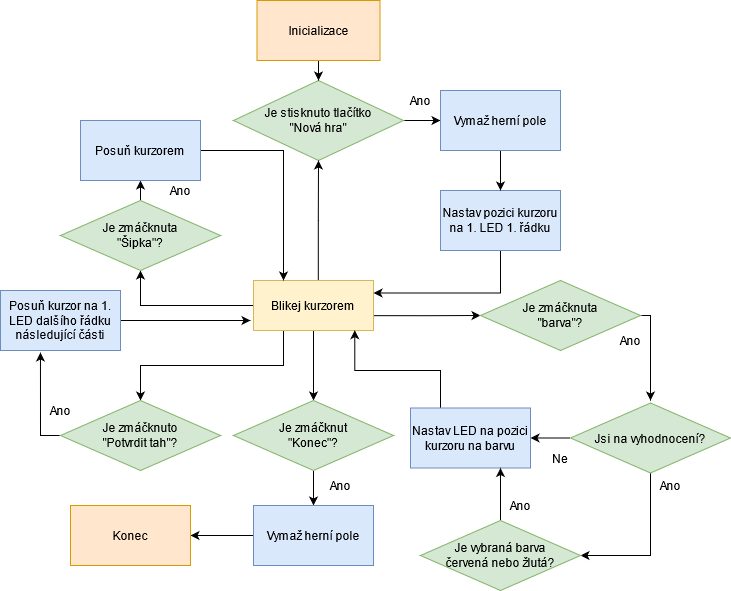
Above: text/obrazky/vyvojovy_diagram_2_hraci.png in renata7zemanova/Logic (draw.io), before the change. Source tidied: cells renumbered, new cells last; positions are measured from the earlier drawing's top-left corner, leaving out a move shared by most shapes. Source of this version:
```xml
<mxGraphModel>
  <root>
    <mxCell id="0" />
    <mxCell id="1" parent="0" />
    <mxCell id="2" style="edgeStyle=orthogonalEdgeStyle;rounded=0;jettySize=auto;html=1;exitX=1;exitY=0.5;exitDx=0;exitDy=0;entryX=0;entryY=0.5;entryDx=0;entryDy=0;" parent="1" edge="1" source="3" target="19">
      <mxGeometry relative="1" as="geometry" />
    </mxCell>
    <mxCell id="3" value="&lt;div&gt;Je stisknuto tlačítko &lt;br&gt;&lt;/div&gt;&lt;div&gt;&quot;Nová hra&quot;&lt;/div&gt;" style="rhombus;whiteSpace=wrap;html=1;fillColor=#d5e8d4;strokeColor=#82b366;" parent="1" vertex="1">
      <mxGeometry x="233" y="80" width="170" height="80" as="geometry" />
    </mxCell>
    <mxCell id="4" style="edgeStyle=orthogonalEdgeStyle;rounded=0;jettySize=auto;html=1;exitX=0.54;exitY=0.024;exitDx=0;exitDy=0;entryX=0.5;entryY=1;entryDx=0;entryDy=0;exitPerimeter=0;" parent="1" edge="1" source="9" target="3">
      <mxGeometry relative="1" as="geometry" />
    </mxCell>
    <mxCell id="5" style="edgeStyle=orthogonalEdgeStyle;rounded=0;jettySize=auto;html=1;entryX=0.5;entryY=0;entryDx=0;entryDy=0;" parent="1" edge="1" source="9" target="17">
      <mxGeometry relative="1" as="geometry" />
    </mxCell>
    <mxCell id="6" style="edgeStyle=orthogonalEdgeStyle;rounded=0;jettySize=auto;html=1;exitX=0.25;exitY=1;exitDx=0;exitDy=0;entryX=0.5;entryY=0;entryDx=0;entryDy=0;" parent="1" edge="1" source="9" target="27">
      <mxGeometry relative="1" as="geometry" />
    </mxCell>
    <mxCell id="7" style="edgeStyle=orthogonalEdgeStyle;rounded=0;jettySize=auto;html=1;exitX=0.997;exitY=0.703;exitDx=0;exitDy=0;entryX=0;entryY=0.5;entryDx=0;entryDy=0;exitPerimeter=0;" parent="1" edge="1" source="9" target="15">
      <mxGeometry relative="1" as="geometry" />
    </mxCell>
    <mxCell id="8" style="edgeStyle=orthogonalEdgeStyle;rounded=0;jettySize=auto;html=1;exitX=0;exitY=0.5;exitDx=0;exitDy=0;" parent="1" edge="1" source="9" target="13">
      <mxGeometry relative="1" as="geometry" />
    </mxCell>
    <mxCell id="9" value="Blikej kurzorem" style="rounded=0;whiteSpace=wrap;html=1;fillColor=#fff2cc;strokeColor=#d6b656;" parent="1" vertex="1">
      <mxGeometry x="253" y="280" width="120" height="50" as="geometry" />
    </mxCell>
    <mxCell id="10" style="edgeStyle=orthogonalEdgeStyle;rounded=0;jettySize=auto;html=1;exitX=0.5;exitY=1;exitDx=0;exitDy=0;entryX=1;entryY=0.25;entryDx=0;entryDy=0;" parent="1" edge="1" source="11" target="9">
      <mxGeometry relative="1" as="geometry" />
    </mxCell>
    <mxCell id="11" value="Nastav pozici kurzoru na 1. LED 1. řádku" style="rounded=0;whiteSpace=wrap;html=1;fillColor=#dae8fc;strokeColor=#6c8ebf;" parent="1" vertex="1">
      <mxGeometry x="440" y="190" width="120" height="60" as="geometry" />
    </mxCell>
    <mxCell id="12" style="edgeStyle=orthogonalEdgeStyle;rounded=0;jettySize=auto;html=1;exitX=0.5;exitY=0;exitDx=0;exitDy=0;entryX=0.5;entryY=1;entryDx=0;entryDy=0;" parent="1" edge="1" source="13" target="22">
      <mxGeometry relative="1" as="geometry" />
    </mxCell>
    <mxCell id="13" value="&lt;div&gt;Je zmáčknuta &lt;br&gt;&lt;/div&gt;&lt;div&gt;&quot;Šipka&quot;?&lt;/div&gt;" style="rhombus;whiteSpace=wrap;html=1;fillColor=#d5e8d4;strokeColor=#82b366;" parent="1" vertex="1">
      <mxGeometry x="60" y="200" width="160" height="70" as="geometry" />
    </mxCell>
    <mxCell id="14" style="edgeStyle=orthogonalEdgeStyle;rounded=0;jettySize=auto;html=1;" parent="1" edge="1" source="15">
      <mxGeometry relative="1" as="geometry">
        <mxPoint x="650" y="400" as="targetPoint" />
        <Array as="points">
          <mxPoint x="650" y="315" />
        </Array>
      </mxGeometry>
    </mxCell>
    <mxCell id="15" value="&lt;div&gt;Je zmáčknuta &lt;br&gt;&lt;/div&gt;&lt;div&gt;&quot;barva&quot;?&lt;/div&gt;" style="rhombus;whiteSpace=wrap;html=1;fillColor=#d5e8d4;strokeColor=#82b366;" parent="1" vertex="1">
      <mxGeometry x="480" y="280" width="160" height="70" as="geometry" />
    </mxCell>
    <mxCell id="16" style="edgeStyle=orthogonalEdgeStyle;rounded=0;jettySize=auto;html=1;entryX=0.5;entryY=0;entryDx=0;entryDy=0;" parent="1" edge="1" source="17" target="29">
      <mxGeometry relative="1" as="geometry" />
    </mxCell>
    <mxCell id="17" value="&lt;div&gt;Je zmáčknut&lt;/div&gt;&lt;div&gt;&quot;Konec&quot;?&lt;/div&gt;" style="rhombus;whiteSpace=wrap;html=1;fillColor=#d5e8d4;strokeColor=#82b366;" parent="1" vertex="1">
      <mxGeometry x="233" y="400" width="160" height="70" as="geometry" />
    </mxCell>
    <mxCell id="18" style="edgeStyle=orthogonalEdgeStyle;rounded=0;jettySize=auto;html=1;exitX=0.5;exitY=1;exitDx=0;exitDy=0;entryX=0.5;entryY=0;entryDx=0;entryDy=0;" parent="1" edge="1" source="19" target="11">
      <mxGeometry relative="1" as="geometry" />
    </mxCell>
    <mxCell id="19" value="Vymaž herní pole" style="rounded=0;whiteSpace=wrap;html=1;fillColor=#dae8fc;strokeColor=#6c8ebf;" parent="1" vertex="1">
      <mxGeometry x="440" y="90" width="120" height="60" as="geometry" />
    </mxCell>
    <mxCell id="20" value="Ano" style="text;html=1;strokeColor=none;fillColor=none;align=center;verticalAlign=middle;whiteSpace=wrap;rounded=0;" parent="1" vertex="1">
      <mxGeometry x="320" y="475" width="40" height="20" as="geometry" />
    </mxCell>
    <mxCell id="21" style="edgeStyle=orthogonalEdgeStyle;rounded=0;jettySize=auto;html=1;exitX=1;exitY=0.5;exitDx=0;exitDy=0;entryX=0.25;entryY=0;entryDx=0;entryDy=0;" parent="1" edge="1" source="22" target="9">
      <mxGeometry relative="1" as="geometry" />
    </mxCell>
    <mxCell id="22" value="&lt;div&gt;Posuň kurzorem&lt;br&gt;&lt;/div&gt;" style="rounded=0;whiteSpace=wrap;html=1;fillColor=#dae8fc;strokeColor=#6c8ebf;" parent="1" vertex="1">
      <mxGeometry x="80" y="120" width="120" height="60" as="geometry" />
    </mxCell>
    <mxCell id="23" value="Ano" style="text;html=1;strokeColor=none;fillColor=none;align=center;verticalAlign=middle;whiteSpace=wrap;rounded=0;" parent="1" vertex="1">
      <mxGeometry x="160" y="180" width="40" height="20" as="geometry" />
    </mxCell>
    <mxCell id="24" style="edgeStyle=orthogonalEdgeStyle;rounded=0;jettySize=auto;html=1;exitX=0;exitY=0.5;exitDx=0;exitDy=0;entryX=0.844;entryY=0.994;entryDx=0;entryDy=0;entryPerimeter=0;" parent="1" edge="1" source="25" target="9">
      <mxGeometry relative="1" as="geometry">
        <Array as="points">
          <mxPoint x="440" y="435" />
          <mxPoint x="440" y="370" />
          <mxPoint x="354" y="370" />
        </Array>
      </mxGeometry>
    </mxCell>
    <mxCell id="25" value="Nastav LED na pozici kurzoru na barvu" style="rounded=0;whiteSpace=wrap;html=1;fillColor=#dae8fc;strokeColor=#6c8ebf;" parent="1" vertex="1">
      <mxGeometry x="410" y="407.5" width="120" height="60" as="geometry" />
    </mxCell>
    <mxCell id="26" style="edgeStyle=orthogonalEdgeStyle;rounded=0;jettySize=auto;html=1;entryX=0.333;entryY=1.033;entryDx=0;entryDy=0;entryPerimeter=0;" parent="1" edge="1" source="27" target="34">
      <mxGeometry relative="1" as="geometry">
        <Array as="points">
          <mxPoint x="40" y="435" />
        </Array>
      </mxGeometry>
    </mxCell>
    <mxCell id="27" value="&lt;div&gt;Je zmáčknuto&lt;/div&gt;&lt;div&gt;&quot;Potvrdit tah&quot;?&lt;/div&gt;" style="rhombus;whiteSpace=wrap;html=1;fillColor=#d5e8d4;strokeColor=#82b366;" parent="1" vertex="1">
      <mxGeometry x="60" y="400" width="160" height="70" as="geometry" />
    </mxCell>
    <mxCell id="28" style="edgeStyle=orthogonalEdgeStyle;rounded=0;jettySize=auto;html=1;entryX=1;entryY=0.5;entryDx=0;entryDy=0;" parent="1" edge="1" source="29" target="30">
      <mxGeometry relative="1" as="geometry" />
    </mxCell>
    <mxCell id="29" value="Vymaž herní pole" style="rounded=0;whiteSpace=wrap;html=1;fillColor=#dae8fc;strokeColor=#6c8ebf;" parent="1" vertex="1">
      <mxGeometry x="253" y="505" width="120" height="60" as="geometry" />
    </mxCell>
    <mxCell id="30" value="Konec" style="rounded=0;whiteSpace=wrap;html=1;fillColor=#ffe6cc;strokeColor=#d79b00;" parent="1" vertex="1">
      <mxGeometry x="70" y="505" width="120" height="60" as="geometry" />
    </mxCell>
    <mxCell id="31" value="Ano" style="text;html=1;strokeColor=none;fillColor=none;align=center;verticalAlign=middle;whiteSpace=wrap;rounded=0;" parent="1" vertex="1">
      <mxGeometry x="400" y="90" width="40" height="20" as="geometry" />
    </mxCell>
    <mxCell id="32" value="Ano" style="text;html=1;strokeColor=none;fillColor=none;align=center;verticalAlign=middle;whiteSpace=wrap;rounded=0;" parent="1" vertex="1">
      <mxGeometry x="610" y="330" width="40" height="20" as="geometry" />
    </mxCell>
    <mxCell id="33" style="edgeStyle=orthogonalEdgeStyle;rounded=0;jettySize=auto;html=1;exitX=1;exitY=0.5;exitDx=0;exitDy=0;" parent="1" edge="1" source="34">
      <mxGeometry relative="1" as="geometry">
        <mxPoint x="250" y="320" as="targetPoint" />
      </mxGeometry>
    </mxCell>
    <mxCell id="34" value="Posuň kurzor na 1. LED dalšího řádku následující části" style="rounded=0;whiteSpace=wrap;html=1;fillColor=#dae8fc;strokeColor=#6c8ebf;" parent="1" vertex="1">
      <mxGeometry y="290" width="120" height="60" as="geometry" />
    </mxCell>
    <mxCell id="35" value="Ano" style="text;html=1;strokeColor=none;fillColor=none;align=center;verticalAlign=middle;whiteSpace=wrap;rounded=0;" parent="1" vertex="1">
      <mxGeometry x="40" y="400" width="40" height="20" as="geometry" />
    </mxCell>
    <mxCell id="36" style="edgeStyle=orthogonalEdgeStyle;rounded=0;jettySize=auto;html=1;exitX=0.5;exitY=1;exitDx=0;exitDy=0;entryX=0.5;entryY=0;entryDx=0;entryDy=0;" parent="1" edge="1" source="37" target="3">
      <mxGeometry relative="1" as="geometry" />
    </mxCell>
    <mxCell id="37" value="Inicializace" style="rounded=0;whiteSpace=wrap;html=1;fillColor=#ffe6cc;strokeColor=#d79b00;" parent="1" vertex="1">
      <mxGeometry x="256.5" width="123" height="60" as="geometry" />
    </mxCell>
    <mxCell id="38" style="edgeStyle=orthogonalEdgeStyle;rounded=0;jettySize=auto;html=1;entryX=1;entryY=0.5;entryDx=0;entryDy=0;" parent="1" edge="1" target="25">
      <mxGeometry relative="1" as="geometry">
        <mxPoint x="570" y="437.5" as="sourcePoint" />
      </mxGeometry>
    </mxCell>
    <mxCell id="39" value="Ne" style="text;html=1;strokeColor=none;fillColor=none;align=center;verticalAlign=middle;whiteSpace=wrap;rounded=0;" parent="1" vertex="1">
      <mxGeometry x="540" y="447.5" width="40" height="20" as="geometry" />
    </mxCell>
    <mxCell id="40" style="edgeStyle=orthogonalEdgeStyle;rounded=0;jettySize=auto;html=1;entryX=1;entryY=0.5;entryDx=0;entryDy=0;" parent="1" edge="1" source="41" target="43">
      <mxGeometry relative="1" as="geometry">
        <Array as="points">
          <mxPoint x="650" y="555" />
        </Array>
      </mxGeometry>
    </mxCell>
    <mxCell id="41" value="Jsi na vyhodnocení?" style="rhombus;whiteSpace=wrap;html=1;fillColor=#d5e8d4;strokeColor=#82b366;" parent="1" vertex="1">
      <mxGeometry x="570" y="402.5" width="160" height="70" as="geometry" />
    </mxCell>
    <mxCell id="42" style="edgeStyle=orthogonalEdgeStyle;rounded=0;jettySize=auto;html=1;entryX=0.75;entryY=1;entryDx=0;entryDy=0;" parent="1" edge="1" source="43" target="25">
      <mxGeometry relative="1" as="geometry" />
    </mxCell>
    <mxCell id="43" value="&lt;div&gt;Je vybraná barva &lt;br&gt;&lt;/div&gt;&lt;div&gt;červená nebo žlutá?&lt;/div&gt;" style="rhombus;whiteSpace=wrap;html=1;fillColor=#d5e8d4;strokeColor=#82b366;" parent="1" vertex="1">
      <mxGeometry x="420" y="520" width="160" height="70" as="geometry" />
    </mxCell>
    <mxCell id="44" value="Ano" style="text;html=1;strokeColor=none;fillColor=none;align=center;verticalAlign=middle;whiteSpace=wrap;rounded=0;" parent="1" vertex="1">
      <mxGeometry x="650" y="475" width="40" height="20" as="geometry" />
    </mxCell>
    <mxCell id="45" value="Ano" style="text;html=1;strokeColor=none;fillColor=none;align=center;verticalAlign=middle;whiteSpace=wrap;rounded=0;" parent="1" vertex="1">
      <mxGeometry x="500" y="495" width="40" height="20" as="geometry" />
    </mxCell>
  </root>
</mxGraphModel>
```
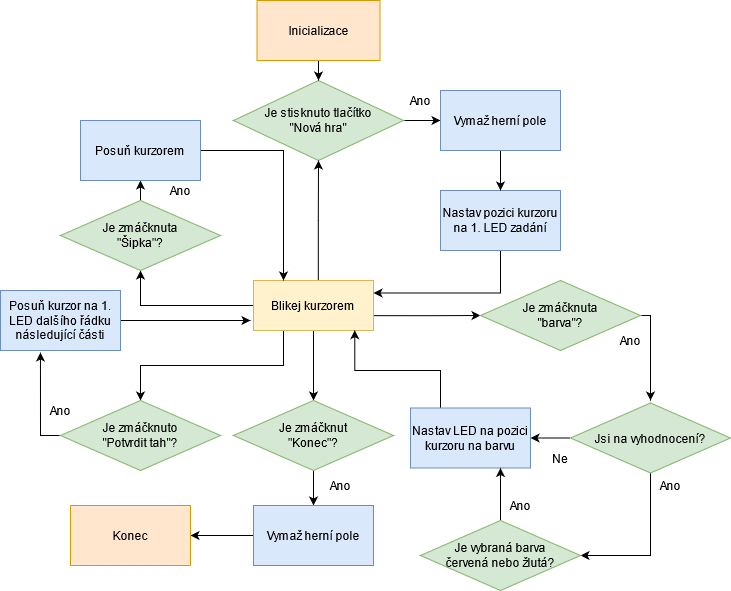
After the change.

Change to the diagram source:
```diff
@@ -29,7 +29,7 @@
     <mxCell id="10" style="edgeStyle=orthogonalEdgeStyle;rounded=0;jettySize=auto;html=1;exitX=0.5;exitY=1;exitDx=0;exitDy=0;entryX=1;entryY=0.25;entryDx=0;entryDy=0;" parent="1" edge="1" source="11" target="9">
       <mxGeometry relative="1" as="geometry" />
     </mxCell>
-    <mxCell id="11" value="Nastav pozici kurzoru na 1. LED 1. řádku" style="rounded=0;whiteSpace=wrap;html=1;fillColor=#dae8fc;strokeColor=#6c8ebf;" parent="1" vertex="1">
+    <mxCell id="11" value="Nastav pozici kurzoru na 1. LED zadání" style="rounded=0;whiteSpace=wrap;html=1;fillColor=#dae8fc;strokeColor=#6c8ebf;" parent="1" vertex="1">
       <mxGeometry x="440" y="190" width="120" height="60" as="geometry" />
     </mxCell>
     <mxCell id="12" style="edgeStyle=orthogonalEdgeStyle;rounded=0;jettySize=auto;html=1;exitX=0.5;exitY=0;exitDx=0;exitDy=0;entryX=0.5;entryY=1;entryDx=0;entryDy=0;" parent="1" edge="1" source="13" target="22">
```
